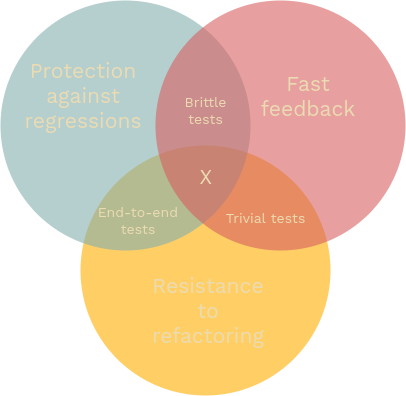
Earlier version of the draw.io export images/ideal_test.png (ajguerrer/ajguerrer.github.io). Source tidied: cells renumbered, new cells last; positions are measured from the earlier drawing's top-left corner, leaving out a move shared by most shapes. Its diagram source:
```xml
<mxGraphModel background="#ffffff">
  <root>
    <mxCell id="0" />
    <mxCell id="1" parent="0" />
    <mxCell id="2" style="ellipse;fillColor=#FFAF00;opacity=60;strokeColor=none;html=1;fontColor=#FFFFFF;" parent="1" vertex="1">
      <mxGeometry x="159.5" y="290.5" width="500" height="500" as="geometry" />
    </mxCell>
    <mxCell id="3" style="ellipse;fillColor=#83adad;opacity=60;strokeColor=none;html=1;fontColor=#FFFFFF;" parent="1" vertex="1">
      <mxGeometry x="-0.5" y="0.5" width="500" height="500" as="geometry" />
    </mxCell>
    <mxCell id="4" style="ellipse;fillColor=#d75f5f;opacity=60;strokeColor=none;html=1;fontColor=#FFFFFF;" parent="1" vertex="1">
      <mxGeometry x="309.5" y="0.5" width="500" height="500" as="geometry" />
    </mxCell>
    <mxCell id="5" value="&lt;font style=&quot;font-size: 42px&quot;&gt;Protection against regressions&lt;/font&gt;" style="text;fontSize=24;align=center;verticalAlign=middle;html=1;fontColor=#ebdbb2;whiteSpace=wrap;fontFamily=Work Sans;FType=g;" parent="1" vertex="1">
      <mxGeometry x="20" y="102" width="289.5" height="178.5" as="geometry" />
    </mxCell>
    <mxCell id="6" value="Fast feedback" style="text;fontSize=42;align=center;verticalAlign=middle;html=1;fontColor=#EBDBB2;whiteSpace=wrap;fontFamily=Work Sans;FType=g;" parent="1" vertex="1">
      <mxGeometry x="519.5" y="102" width="190" height="178.5" as="geometry" />
    </mxCell>
    <mxCell id="7" value="Resistance to refactoring" style="text;fontSize=42;align=center;verticalAlign=middle;html=1;fontColor=#EBDBB2;whiteSpace=wrap;fontFamily=Work Sans;FType=g;" parent="1" vertex="1">
      <mxGeometry x="319.5" y="540.5" width="190" height="161.5" as="geometry" />
    </mxCell>
    <mxCell id="8" value="Brittle tests" style="text;align=center;html=1;fontColor=#EBDBB2;fontSize=28;fontFamily=Work Sans;FType=g;whiteSpace=wrap;" parent="1" vertex="1">
      <mxGeometry x="389.5" y="180.5" width="40" height="81.5" as="geometry" />
    </mxCell>
    <mxCell id="9" value="End-to-end tests" style="text;align=center;html=1;fontColor=#EBDBB2;fontSize=28;fontFamily=Work Sans;FType=g;whiteSpace=wrap;" parent="1" vertex="1">
      <mxGeometry x="190" y="400.5" width="170" height="61.5" as="geometry" />
    </mxCell>
    <mxCell id="10" value="Trivial tests" style="text;align=center;html=1;fontColor=#EBDBB2;fontSize=28;fontFamily=Work Sans;FType=g;whiteSpace=wrap;" parent="1" vertex="1">
      <mxGeometry x="440" y="412" width="180" height="50" as="geometry" />
    </mxCell>
    <mxCell id="11" value="X" style="text;align=center;html=1;fontColor=#EBDBB2;fontSize=42;fontFamily=Work Sans;FType=g;" parent="1" vertex="1">
      <mxGeometry x="389.5" y="322" width="40" height="48.5" as="geometry" />
    </mxCell>
  </root>
</mxGraphModel>
```
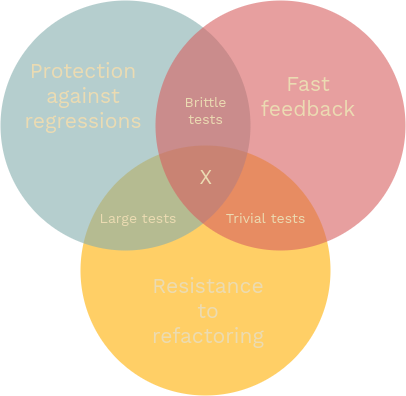
The same file after the commit.

Diff of the diagram source:
```diff
@@ -23,8 +23,8 @@
     <mxCell id="8" value="Brittle tests" style="text;align=center;html=1;fontColor=#EBDBB2;fontSize=28;fontFamily=Work Sans;FType=g;whiteSpace=wrap;" parent="1" vertex="1">
       <mxGeometry x="389.5" y="180.5" width="40" height="81.5" as="geometry" />
     </mxCell>
-    <mxCell id="9" value="End-to-end tests" style="text;align=center;html=1;fontColor=#EBDBB2;fontSize=28;fontFamily=Work Sans;FType=g;whiteSpace=wrap;" parent="1" vertex="1">
-      <mxGeometry x="190" y="400.5" width="170" height="61.5" as="geometry" />
+    <mxCell id="9" value="Large tests" style="text;align=center;html=1;fontColor=#EBDBB2;fontSize=28;fontFamily=Work Sans;FType=g;whiteSpace=wrap;" parent="1" vertex="1">
+      <mxGeometry x="190" y="412" width="170" height="50" as="geometry" />
     </mxCell>
     <mxCell id="10" value="Trivial tests" style="text;align=center;html=1;fontColor=#EBDBB2;fontSize=28;fontFamily=Work Sans;FType=g;whiteSpace=wrap;" parent="1" vertex="1">
       <mxGeometry x="440" y="412" width="180" height="50" as="geometry" />
```
